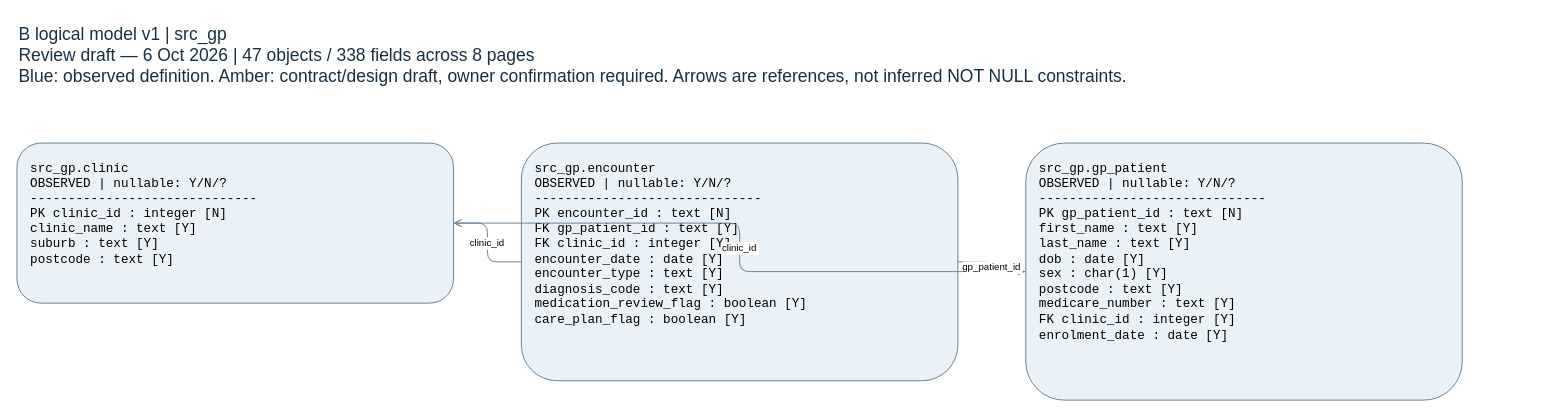
Before: page "src_gp" (2 of 9) of docs/logical_model_v1.drawio in LyphardRover/glucolink-a2, a draw.io diagram. Source tidied: cells renumbered, new cells numbered last; positions are measured from the earlier drawing's top-left corner, leaving out a move shared by most shapes. Both pictures are drawn from the tidied source at 97%, with x=0, y=0 at pixel (16, 16).
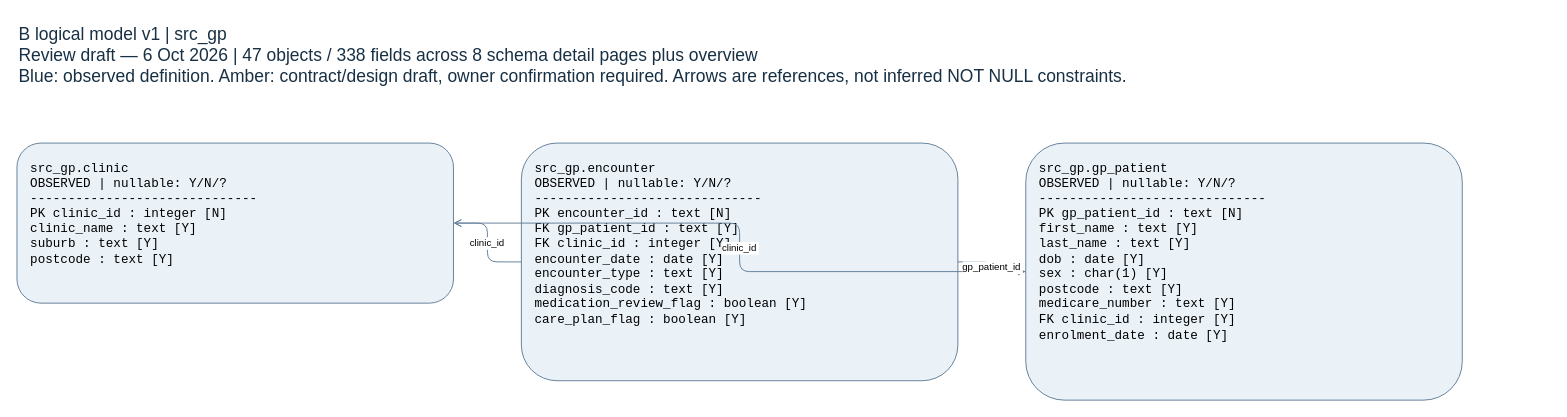
The same page after the edit.

Commit message (it also covers changes not shown here):
docs(B): add logical model overview to editable detail pages

Change to the diagram source:
```diff
@@
 <mxGraphModel>
   <root>
     <mxCell id="0" />
     <mxCell id="1" parent="0" />
-    <mxCell id="2" value="B logical model v1 | src_gp&#10;Review draft — 6 Oct 2026 | 47 objects / 338 fields across 8 pages&#10;Blue: observed definition. Amber: contract/design draft, owner confirmation required. Arrows are references, not inferred NOT NULL constraints." style="text;html=0;align=left;verticalAlign=top;fontSize=18;fontColor=#183044;" parent="1" vertex="1">
+    <mxCell id="2" value="B logical model v1 | src_gp&#10;Review draft — 6 Oct 2026 | 47 objects / 338 fields across 8 schema detail pages plus overview&#10;Blue: observed definition. Amber: contract/design draft, owner confirmation required. Arrows are references, not inferred NOT NULL constraints." style="text;html=0;align=left;verticalAlign=top;fontSize=18;fontColor=#183044;" parent="1" vertex="1">
       <mxGeometry width="1580" height="120" as="geometry" />
     </mxCell>
     <mxCell id="3" value="src_gp.clinic&#10;OBSERVED | nullable: Y/N/?&#10;------------------------------&#10;PK clinic_id : integer [N]&#10;   clinic_name : text [Y]&#10;   suburb : text [Y]&#10;   postcode : text [Y]" style="rounded=1;whiteSpace=wrap;html=0;align=left;verticalAlign=top;spacing=14;fontFamily=Courier New;fontSize=13;fillColor=#eaf2f8;strokeColor=#66809a;" parent="1" vertex="1">
       <mxGeometry y="130" width="450" height="165" as="geometry" />
     </mxCell>
     <mxCell id="4" value="src_gp.encounter&#10;OBSERVED | nullable: Y/N/?&#10;------------------------------&#10;PK encounter_id : text [N]&#10;FK gp_patient_id : text [Y]&#10;FK clinic_id : integer [Y]&#10;   encounter_date : date [Y]&#10;   encounter_type : text [Y]&#10;   diagnosis_code : text [Y]&#10;   medication_review_flag : boolean [Y]&#10;   care_plan_flag : boolean [Y]" style="rounded=1;whiteSpace=wrap;html=0;align=left;verticalAlign=top;spacing=14;fontFamily=Courier New;fontSize=13;fillColor=#eaf2f8;strokeColor=#66809a;" parent="1" vertex="1">
       <mxGeometry x="520" y="130" width="450" height="245" as="geometry" />
     </mxCell>
     <mxCell id="5" value="src_gp.gp_patient&#10;OBSERVED | nullable: Y/N/?&#10;------------------------------&#10;PK gp_patient_id : text [N]&#10;   first_name : text [Y]&#10;   last_name : text [Y]&#10;   dob : date [Y]&#10;   sex : char(1) [Y]&#10;   postcode : text [Y]&#10;   medicare_number : text [Y]&#10;FK clinic_id : integer [Y]&#10;   enrolment_date : date [Y]" style="rounded=1;whiteSpace=wrap;html=0;align=left;verticalAlign=top;spacing=14;fontFamily=Courier New;fontSize=13;fillColor=#eaf2f8;strokeColor=#66809a;" parent="1" vertex="1">
       <mxGeometry x="1040" y="130" width="450" height="265" as="geometry" />
     </mxCell>
     <mxCell id="6" value="clinic_id" style="edgeStyle=orthogonalEdgeStyle;endArrow=open;strokeColor=#66809a;fontSize=10;labelBackgroundColor=#ffffff;" parent="1" edge="1" source="5" target="3">
       <mxGeometry relative="1" as="geometry" />
     </mxCell>
     <mxCell id="7" value="gp_patient_id" style="edgeStyle=orthogonalEdgeStyle;endArrow=open;strokeColor=#66809a;fontSize=10;labelBackgroundColor=#ffffff;" parent="1" edge="1" source="4" target="5">
       <mxGeometry relative="1" as="geometry" />
     </mxCell>
     <mxCell id="8" value="clinic_id" style="edgeStyle=orthogonalEdgeStyle;endArrow=open;strokeColor=#66809a;fontSize=10;labelBackgroundColor=#ffffff;" parent="1" edge="1" source="4" target="3">
       <mxGeometry relative="1" as="geometry" />
     </mxCell>
   </root>
 </mxGraphModel>
```
